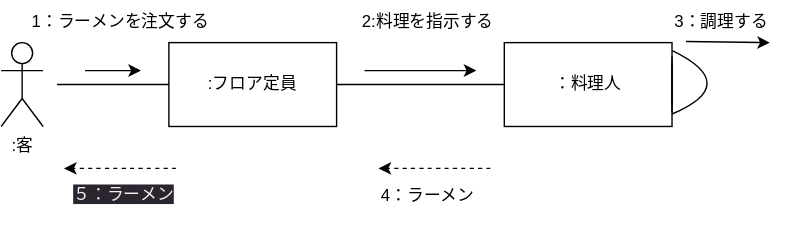
This is 例題5-1_ラーメン注文配膳.drawio.svg from Aishin12/uml_introduction, a draw.io export, as it was before one commit. Source tidied: cells renumbered, new cells last; positions are measured from the earlier drawing's top-left corner, leaving out a move shared by most shapes.
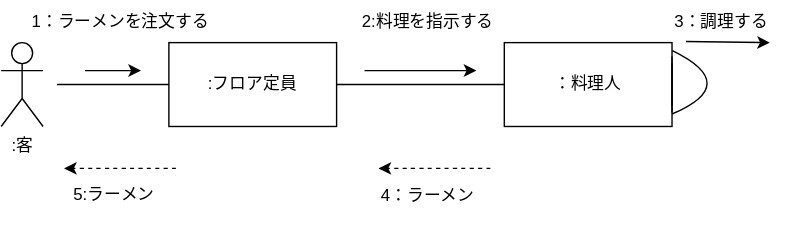
After the change.

The edit, as a diff of the source:
```diff
@@ -70,7 +70,7 @@
         <mxPoint x="270" y="120" as="targetPoint" />
       </mxGeometry>
     </mxCell>
-    <mxCell id="18" value="&lt;span style=&quot;color: rgb(240, 240, 240); font-family: Helvetica; font-size: 12px; font-style: normal; font-variant-ligatures: normal; font-variant-caps: normal; font-weight: 400; letter-spacing: normal; orphans: 2; text-align: center; text-indent: 0px; text-transform: none; widows: 2; word-spacing: 0px; -webkit-text-stroke-width: 0px; background-color: rgb(42, 37, 47); text-decoration-thickness: initial; text-decoration-style: initial; text-decoration-color: initial; float: none; display: inline !important;&quot;&gt;５：ラーメン&lt;/span&gt;" style="text;whiteSpace=wrap;html=1;" parent="1" vertex="1">
+    <mxCell id="18" value="&lt;div style=&quot;text-align: center;&quot;&gt;&lt;span style=&quot;background-color: initial;&quot;&gt;5:ラーメン&lt;/span&gt;&lt;/div&gt;" style="text;whiteSpace=wrap;html=1;" parent="1" vertex="1">
       <mxGeometry x="50" y="125" width="100" height="40" as="geometry" />
     </mxCell>
     <mxCell id="19" style="endArrow=none;html=1;curved=1;exitX=1;exitY=0.851;exitDx=0;exitDy=0;exitPerimeter=0;entryX=1.002;entryY=0.096;entryDx=0;entryDy=0;entryPerimeter=0;" parent="1" edge="1" source="4" target="4">
```
